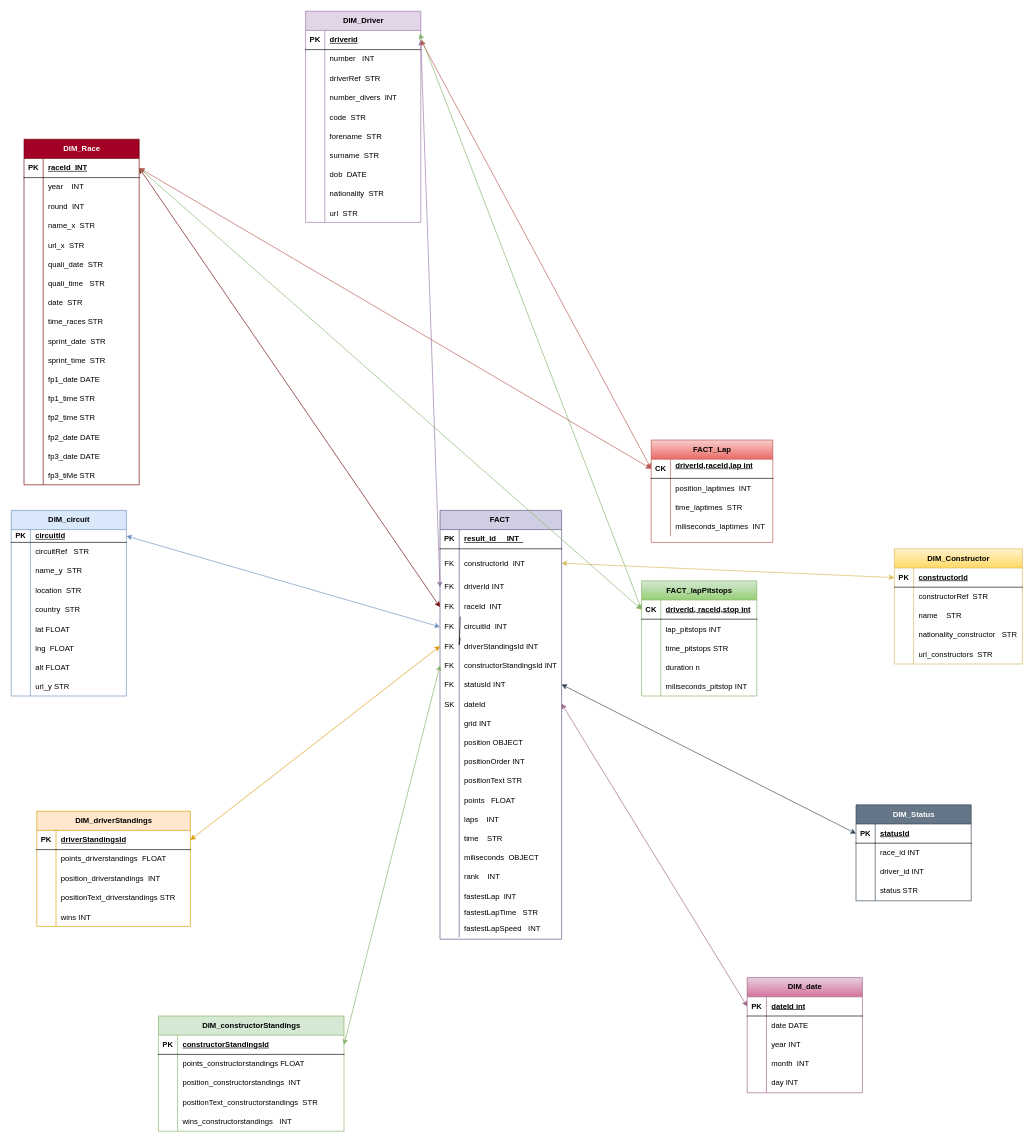
The draw.io diagram modelFINAL.drawio in marijapejatovic/formula1_data, before the edit. Source tidied: cells renumbered, new cells numbered last; positions are measured from the earlier drawing's top-left corner, leaving out a move shared by most shapes. Both pictures are drawn from the tidied source at 64%, with x=0, y=0 at pixel (11, 11).
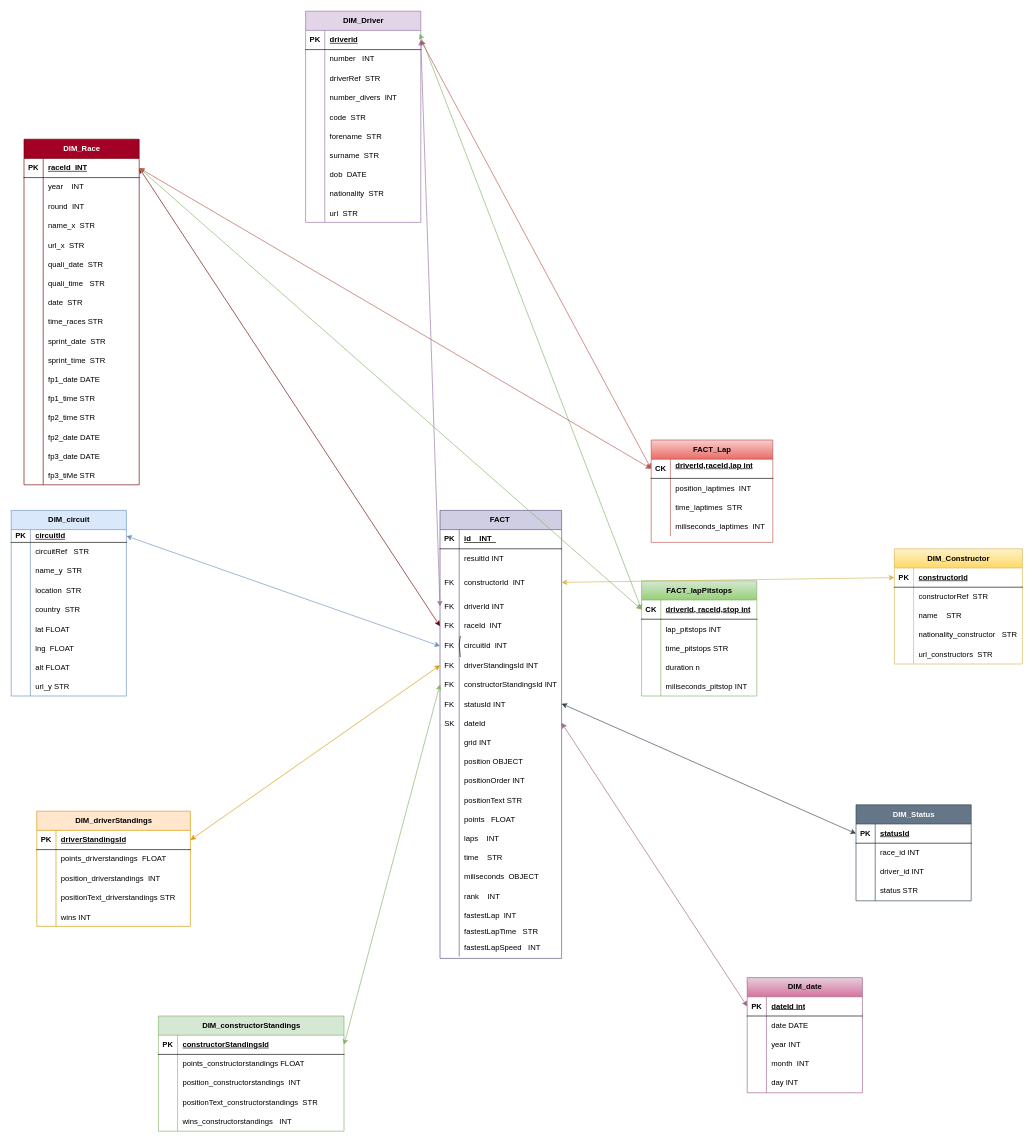
The same page after the edit.

The change refers to these unchanged cells:
```xml
<mxCell id="86" style="shape=tableRow;horizontal=0;startSize=0;swimlaneHead=0;swimlaneBody=0;fillColor=none;top=0;left=0;right=0;bottom=1;" parent="85" vertex="1">
  <mxGeometry y="30" width="190" height="30" as="geometry" />
</mxCell>
```

Change to the diagram source:
```diff
@@
     <mxCell id="85" value="FACT&amp;nbsp;" style="shape=table;startSize=30;childLayout=tableLayout;rowLines=0;fontStyle=1;align=center;html=1;fillColor=#d0cee2;strokeColor=#56517e;" parent="1" vertex="1">
-      <mxGeometry x="670" y="780" width="190" height="670" as="geometry" />
+      <mxGeometry x="670" y="780" width="190" height="700" as="geometry" />
     </mxCell>
@@
-    <mxCell id="88" value="result_id&amp;nbsp; &amp;nbsp; &amp;nbsp;INT&amp;nbsp;&amp;nbsp;" style="shape=partialRectangle;fillColor=none;top=0;left=0;bottom=0;right=0;align=left;spacingLeft=6;fontStyle=5;overflow=hidden;whiteSpace=wrap;html=1;" parent="86" vertex="1">
+    <mxCell id="88" value="id&amp;nbsp; &amp;nbsp; INT&amp;nbsp;&amp;nbsp;" style="shape=partialRectangle;fillColor=none;top=0;left=0;bottom=0;right=0;align=left;spacingLeft=6;fontStyle=5;overflow=hidden;whiteSpace=wrap;html=1;" parent="86" vertex="1">
       <mxGeometry x="30" width="160" height="30" as="geometry" />
     </mxCell>
+    <mxCell id="296" style="shape=tableRow;horizontal=0;startSize=0;swimlaneHead=0;swimlaneBody=0;fillColor=none;top=0;left=0;right=0;bottom=0;" parent="85" vertex="1">
+      <mxGeometry y="60" width="190" height="30" as="geometry" />
+    </mxCell>
+    <mxCell id="297" style="shape=partialRectangle;fillColor=none;top=0;left=0;bottom=0;right=0;overflow=hidden;" parent="296" vertex="1">
+      <mxGeometry width="30" height="30" as="geometry" />
+    </mxCell>
+    <mxCell id="298" value="resultId INT" style="shape=partialRectangle;fillColor=none;top=0;left=0;bottom=0;right=0;align=left;spacingLeft=6;overflow=hidden;" parent="296" vertex="1">
+      <mxGeometry x="30" width="160" height="30" as="geometry" />
+    </mxCell>
     <mxCell id="89" style="shape=tableRow;horizontal=0;startSize=0;swimlaneHead=0;swimlaneBody=0;fillColor=none;points=[[0,0.5],[1,0.5]];portConstraint=eastwest;top=0;left=0;right=0;bottom=0;" parent="85" vertex="1">
-      <mxGeometry y="60" width="190" height="45" as="geometry" />
+      <mxGeometry y="90" width="190" height="45" as="geometry" />
     </mxCell>
@@
     <mxCell id="92" style="shape=tableRow;horizontal=0;startSize=0;swimlaneHead=0;swimlaneBody=0;fillColor=none;points=[[0,0.5],[1,0.5]];portConstraint=eastwest;top=0;left=0;right=0;bottom=0;" parent="85" vertex="1">
-      <mxGeometry y="105" width="190" height="30" as="geometry" />
+      <mxGeometry y="135" width="190" height="30" as="geometry" />
     </mxCell>
@@
     <mxCell id="95" style="shape=tableRow;horizontal=0;startSize=0;swimlaneHead=0;swimlaneBody=0;fillColor=none;points=[[0,0.5],[1,0.5]];portConstraint=eastwest;top=0;left=0;right=0;bottom=0;" parent="85" vertex="1">
-      <mxGeometry y="135" width="190" height="32" as="geometry" />
+      <mxGeometry y="165" width="190" height="32" as="geometry" />
     </mxCell>
@@
     <mxCell id="99" style="shape=tableRow;horizontal=0;startSize=0;swimlaneHead=0;swimlaneBody=0;fillColor=none;points=[[0,0.5],[1,0.5]];portConstraint=eastwest;top=0;left=0;right=0;bottom=0;" parent="85" vertex="1">
-      <mxGeometry y="167" width="190" height="30" as="geometry" />
+      <mxGeometry y="197" width="190" height="30" as="geometry" />
     </mxCell>
@@
     <mxCell id="102" style="shape=tableRow;horizontal=0;startSize=0;swimlaneHead=0;swimlaneBody=0;fillColor=none;points=[[0,0.5],[1,0.5]];portConstraint=eastwest;top=0;left=0;right=0;bottom=0;" parent="85" vertex="1">
-      <mxGeometry y="197" width="190" height="30" as="geometry" />
+      <mxGeometry y="227" width="190" height="30" as="geometry" />
     </mxCell>
@@
     <mxCell id="105" style="shape=tableRow;horizontal=0;startSize=0;swimlaneHead=0;swimlaneBody=0;fillColor=none;points=[[0,0.5],[1,0.5]];portConstraint=eastwest;top=0;left=0;right=0;bottom=0;" parent="85" vertex="1">
-      <mxGeometry y="227" width="190" height="30" as="geometry" />
+      <mxGeometry y="257" width="190" height="30" as="geometry" />
     </mxCell>
@@
     <mxCell id="108" style="shape=tableRow;horizontal=0;startSize=0;swimlaneHead=0;swimlaneBody=0;fillColor=none;points=[[0,0.5],[1,0.5]];portConstraint=eastwest;top=0;left=0;right=0;bottom=0;" parent="85" vertex="1">
-      <mxGeometry y="257" width="190" height="30" as="geometry" />
+      <mxGeometry y="287" width="190" height="30" as="geometry" />
     </mxCell>
@@
     <mxCell id="111" style="shape=tableRow;horizontal=0;startSize=0;swimlaneHead=0;swimlaneBody=0;fillColor=none;points=[[0,0.5],[1,0.5]];portConstraint=eastwest;top=0;left=0;right=0;bottom=0;" parent="85" vertex="1">
-      <mxGeometry y="287" width="190" height="30" as="geometry" />
+      <mxGeometry y="317" width="190" height="30" as="geometry" />
     </mxCell>
@@
     <mxCell id="114" style="shape=tableRow;horizontal=0;startSize=0;swimlaneHead=0;swimlaneBody=0;fillColor=none;top=0;left=0;right=0;bottom=0;" parent="85" vertex="1">
-      <mxGeometry y="317" width="190" height="30" as="geometry" />
+      <mxGeometry y="347" width="190" height="30" as="geometry" />
     </mxCell>
@@
     <mxCell id="117" style="shape=tableRow;horizontal=0;startSize=0;swimlaneHead=0;swimlaneBody=0;fillColor=none;top=0;left=0;right=0;bottom=0;" parent="85" vertex="1">
-      <mxGeometry y="347" width="190" height="30" as="geometry" />
+      <mxGeometry y="377" width="190" height="30" as="geometry" />
     </mxCell>
@@
     <mxCell id="120" style="shape=tableRow;horizontal=0;startSize=0;swimlaneHead=0;swimlaneBody=0;fillColor=none;top=0;left=0;right=0;bottom=0;" parent="85" vertex="1">
-      <mxGeometry y="377" width="190" height="30" as="geometry" />
+      <mxGeometry y="407" width="190" height="30" as="geometry" />
     </mxCell>
@@
     <mxCell id="123" style="shape=tableRow;horizontal=0;startSize=0;swimlaneHead=0;swimlaneBody=0;fillColor=none;top=0;left=0;right=0;bottom=0;" parent="85" vertex="1">
-      <mxGeometry y="407" width="190" height="30" as="geometry" />
+      <mxGeometry y="437" width="190" height="30" as="geometry" />
     </mxCell>
@@
     <mxCell id="126" style="shape=tableRow;horizontal=0;startSize=0;swimlaneHead=0;swimlaneBody=0;fillColor=none;top=0;left=0;right=0;bottom=0;" parent="85" vertex="1">
-      <mxGeometry y="437" width="190" height="30" as="geometry" />
+      <mxGeometry y="467" width="190" height="30" as="geometry" />
     </mxCell>
@@
     <mxCell id="129" style="shape=tableRow;horizontal=0;startSize=0;swimlaneHead=0;swimlaneBody=0;fillColor=none;top=0;left=0;right=0;bottom=0;" parent="85" vertex="1">
-      <mxGeometry y="467" width="190" height="30" as="geometry" />
+      <mxGeometry y="497" width="190" height="30" as="geometry" />
     </mxCell>
@@
     <mxCell id="132" style="shape=tableRow;horizontal=0;startSize=0;swimlaneHead=0;swimlaneBody=0;fillColor=none;top=0;left=0;right=0;bottom=0;" parent="85" vertex="1">
-      <mxGeometry y="497" width="190" height="30" as="geometry" />
+      <mxGeometry y="527" width="190" height="30" as="geometry" />
     </mxCell>
@@
     <mxCell id="135" style="shape=tableRow;horizontal=0;startSize=0;swimlaneHead=0;swimlaneBody=0;fillColor=none;top=0;left=0;right=0;bottom=0;" parent="85" vertex="1">
-      <mxGeometry y="527" width="190" height="30" as="geometry" />
+      <mxGeometry y="557" width="190" height="30" as="geometry" />
     </mxCell>
@@
     <mxCell id="138" style="shape=tableRow;horizontal=0;startSize=0;swimlaneHead=0;swimlaneBody=0;fillColor=none;top=0;left=0;right=0;bottom=0;" parent="85" vertex="1">
-      <mxGeometry y="557" width="190" height="30" as="geometry" />
+      <mxGeometry y="587" width="190" height="30" as="geometry" />
     </mxCell>
@@
     <mxCell id="141" style="shape=tableRow;horizontal=0;startSize=0;swimlaneHead=0;swimlaneBody=0;fillColor=none;top=0;left=0;right=0;bottom=0;" parent="85" vertex="1">
-      <mxGeometry y="587" width="190" height="30" as="geometry" />
+      <mxGeometry y="617" width="190" height="30" as="geometry" />
     </mxCell>
@@
     <mxCell id="144" style="shape=tableRow;horizontal=0;startSize=0;swimlaneHead=0;swimlaneBody=0;fillColor=none;top=0;left=0;right=0;bottom=0;" parent="85" vertex="1">
-      <mxGeometry y="617" width="190" height="20" as="geometry" />
+      <mxGeometry y="647" width="190" height="20" as="geometry" />
     </mxCell>
@@
     <mxCell id="147" style="shape=tableRow;horizontal=0;startSize=0;swimlaneHead=0;swimlaneBody=0;fillColor=none;top=0;left=0;right=0;bottom=0;" parent="85" vertex="1">
-      <mxGeometry y="637" width="190" height="30" as="geometry" />
+      <mxGeometry y="667" width="190" height="30" as="geometry" />
     </mxCell>
```
